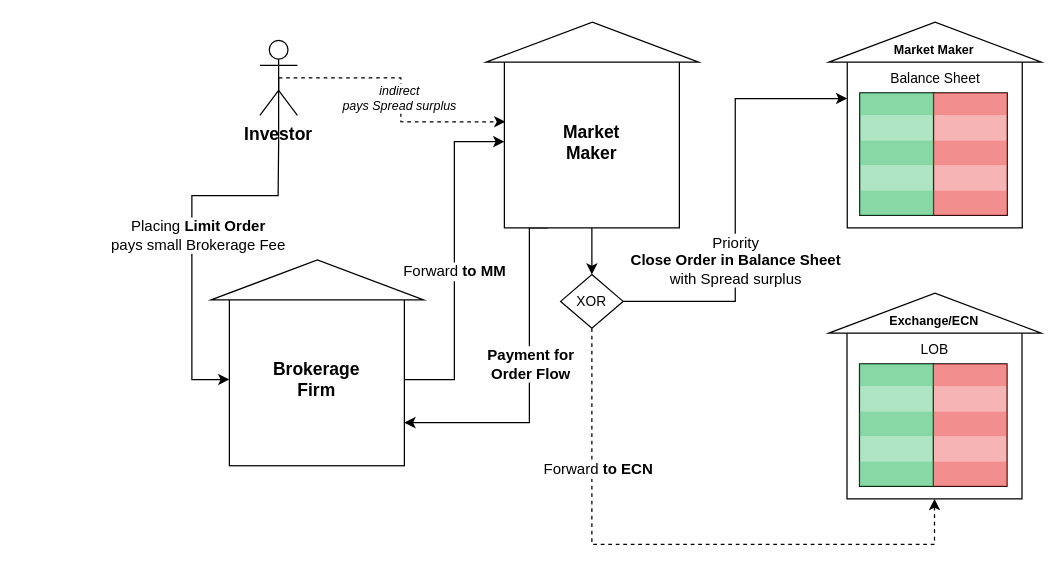
This is page "Page-5" (2 of 8) of Diagrams/PFOFModel.drawio from phelstab/research-reference-markets-dynamics, a draw.io file, before an edit. Source tidied: cells renumbered, new cells numbered last; positions are measured from the earlier drawing's top-left corner, leaving out a move shared by most shapes. Both pictures are drawn from the tidied source at 125%, with x=0, y=0 at pixel (191, -65).
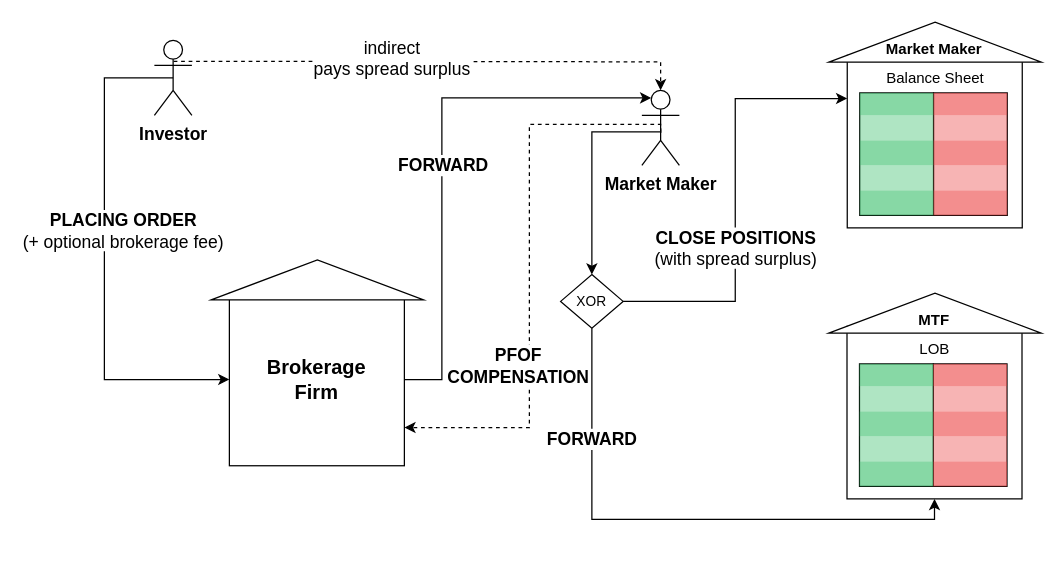
The same page after the edit.

The change refers to these unchanged cells:
```xml
<mxCell id="2" style="rounded=0;whiteSpace=wrap;html=1;fontStyle=1;" parent="1" vertex="1">
  <mxGeometry x="524.1" y="312.6" width="140" height="138" as="geometry" />
</mxCell>
<mxCell id="21" style="rounded=0;whiteSpace=wrap;html=1;fontStyle=1;" parent="1" vertex="1">
  <mxGeometry x="30" y="286.1" width="140" height="138" as="geometry" />
</mxCell>
<mxCell id="51" value="XOR" style="rhombus;whiteSpace=wrap;html=1;fontSize=11;fillColor=#FFFFFF;" parent="1" vertex="1">
  <mxGeometry x="295" y="271.1" width="50" height="43" as="geometry" />
</mxCell>
```

What changed in the source:
```diff
@@
-    <mxCell id="5" value="&lt;span style=&quot;font-size: 11px;&quot;&gt;LOB&lt;/span&gt;" style="text;html=1;strokeColor=none;fillColor=none;align=center;verticalAlign=middle;whiteSpace=wrap;rounded=0;fontStyle=0;fontSize=11;" parent="1" vertex="1">
+    <mxCell id="5" value="&lt;span style=&quot;font-size: 12px;&quot;&gt;LOB&lt;/span&gt;" style="text;html=1;strokeColor=none;fillColor=none;align=center;verticalAlign=middle;whiteSpace=wrap;rounded=0;fontStyle=0;fontSize=12;" parent="1" vertex="1">
       <mxGeometry x="578.5" y="320.6" width="31" height="20" as="geometry" />
     </mxCell>
-    <mxCell id="6" value="&lt;span style=&quot;font-size: 10px;&quot;&gt;Exchange/ECN&lt;/span&gt;" style="text;html=1;strokeColor=none;fillColor=none;align=center;verticalAlign=middle;whiteSpace=wrap;rounded=0;fontSize=10;fontStyle=1;" parent="1" vertex="1">
+    <mxCell id="6" value="&lt;span style=&quot;font-size: 12px;&quot;&gt;MTF&lt;/span&gt;" style="text;html=1;strokeColor=none;fillColor=none;align=center;verticalAlign=middle;whiteSpace=wrap;rounded=0;fontSize=12;fontStyle=1;" parent="1" vertex="1">
       <mxGeometry x="564.1" y="292.6" width="60" height="30" as="geometry" />
     </mxCell>
@@
     <mxCell id="18" style="edgeStyle=orthogonalEdgeStyle;rounded=0;jettySize=auto;html=1;exitX=0.5;exitY=0.5;exitDx=0;exitDy=0;exitPerimeter=0;fontSize=11;entryX=0;entryY=0.5;entryDx=0;entryDy=0;" parent="1" edge="1" source="48" target="21">
       <mxGeometry relative="1" as="geometry">
         <Array as="points">
-          <mxPoint x="69" y="167" />
-          <mxPoint x="69" y="208" />
-          <mxPoint y="208" />
-          <mxPoint y="355" />
+          <mxPoint x="-70" y="114" />
+          <mxPoint x="-70" y="355" />
         </Array>
       </mxGeometry>
     </mxCell>
-    <mxCell id="19" style="edgeStyle=orthogonalEdgeStyle;rounded=0;jettySize=auto;html=1;exitX=1;exitY=0.5;exitDx=0;exitDy=0;entryX=0;entryY=0.5;entryDx=0;entryDy=0;fontSize=11;" parent="1" edge="1" source="21" target="43">
-      <mxGeometry relative="1" as="geometry" />
+    <mxCell id="19" style="edgeStyle=orthogonalEdgeStyle;rounded=0;jettySize=auto;html=1;exitX=1;exitY=0.5;exitDx=0;exitDy=0;fontSize=11;entryX=0.25;entryY=0.1;entryDx=0;entryDy=0;entryPerimeter=0;" parent="1" edge="1" source="21" target="45">
+      <mxGeometry relative="1" as="geometry">
+        <Array as="points">
+          <mxPoint x="200" y="355" />
+          <mxPoint x="200" y="130" />
+        </Array>
+      </mxGeometry>
     </mxCell>
-    <mxCell id="20" value="&lt;span style=&quot;font-size: 12px;&quot;&gt;Forward&amp;nbsp;&lt;/span&gt;&lt;span style=&quot;font-size: 12px; font-weight: 700;&quot;&gt;to MM&lt;/span&gt;" style="edgeLabel;html=1;align=center;verticalAlign=middle;fontSize=11;" parent="19" vertex="1">
-      <mxGeometry x="-0.06" y="1" relative="1" as="geometry" />
+    <mxCell id="20" value="&lt;span style=&quot;font-size: 14px;&quot;&gt;&lt;b style=&quot;font-size: 14px;&quot;&gt;FORWARD&lt;/b&gt;&lt;/span&gt;" style="edgeLabel;html=1;align=center;verticalAlign=middle;fontSize=14;" parent="19" vertex="1">
+      <mxGeometry x="-0.06" y="1" relative="1" as="geometry">
+        <mxPoint x="1" y="-3" as="offset" />
+      </mxGeometry>
     </mxCell>
@@
-    <mxCell id="23" value="&lt;span style=&quot;font-size: 14px;&quot;&gt;Brokerage Firm&lt;/span&gt;" style="text;html=1;strokeColor=none;fillColor=none;align=center;verticalAlign=middle;whiteSpace=wrap;rounded=0;fontSize=14;fontStyle=1;" parent="1" vertex="1">
+    <mxCell id="23" value="&lt;span style=&quot;font-size: 16px;&quot;&gt;Brokerage Firm&lt;/span&gt;" style="text;html=1;strokeColor=none;fillColor=none;align=center;verticalAlign=middle;whiteSpace=wrap;rounded=0;fontSize=16;fontStyle=1;" parent="1" vertex="1">
       <mxGeometry x="60.4" y="340.1" width="80" height="30" as="geometry" />
     </mxCell>
-    <mxCell id="24" value="&lt;span style=&quot;font-weight: normal;&quot;&gt;Placing&amp;nbsp;&lt;/span&gt;Limit Order&lt;br&gt;&lt;span style=&quot;font-weight: 400;&quot;&gt;pays small Brokerage Fee&lt;/span&gt;" style="edgeLabel;html=1;align=center;verticalAlign=middle;fontSize=12;fontStyle=1;" parent="1" vertex="1">
-      <mxGeometry y="237" as="geometry">
+    <mxCell id="24" value="&lt;font style=&quot;font-size: 14px;&quot;&gt;PLACING&amp;nbsp;ORDER&lt;br&gt;&lt;span style=&quot;font-weight: 400;&quot;&gt;(+ optional brokerage fee)&lt;/span&gt;&lt;/font&gt;" style="edgeLabel;html=1;align=center;verticalAlign=middle;fontSize=12;fontStyle=1;" parent="1" vertex="1">
+      <mxGeometry x="-60" y="233.8" as="geometry">
         <mxPoint x="4" y="2" as="offset" />
       </mxGeometry>
     </mxCell>
@@
-    <mxCell id="28" value="&lt;span style=&quot;font-size: 11px;&quot;&gt;Balance Sheet&lt;/span&gt;" style="text;html=1;strokeColor=none;fillColor=none;align=center;verticalAlign=middle;whiteSpace=wrap;rounded=0;fontStyle=0;fontSize=11;" parent="1" vertex="1">
+    <mxCell id="28" value="&lt;span style=&quot;font-size: 12px;&quot;&gt;Balance Sheet&lt;/span&gt;" style="text;html=1;strokeColor=none;fillColor=none;align=center;verticalAlign=middle;whiteSpace=wrap;rounded=0;fontStyle=0;fontSize=12;" parent="1" vertex="1">
       <mxGeometry x="546.8" y="103.8" width="95.6" height="20" as="geometry" />
     </mxCell>
-    <mxCell id="29" value="&lt;span style=&quot;font-size: 10px;&quot;&gt;Market Maker&lt;/span&gt;" style="text;html=1;strokeColor=none;fillColor=none;align=center;verticalAlign=middle;whiteSpace=wrap;rounded=0;fontSize=10;fontStyle=1;" parent="1" vertex="1">
+    <mxCell id="29" value="&lt;span style=&quot;font-size: 12px;&quot;&gt;Market Maker&lt;/span&gt;" style="text;html=1;strokeColor=none;fillColor=none;align=center;verticalAlign=middle;whiteSpace=wrap;rounded=0;fontSize=12;fontStyle=1;" parent="1" vertex="1">
       <mxGeometry x="554.1" y="75.8" width="80" height="30" as="geometry" />
     </mxCell>
@@
-    <mxCell id="41" style="edgeStyle=orthogonalEdgeStyle;rounded=0;jettySize=auto;html=1;exitX=0.5;exitY=1;exitDx=0;exitDy=0;entryX=0.5;entryY=0;entryDx=0;entryDy=0;fontSize=11;" parent="1" edge="1" source="43" target="51">
-      <mxGeometry relative="1" as="geometry" />
+    <mxCell id="41" style="edgeStyle=orthogonalEdgeStyle;rounded=0;jettySize=auto;html=1;entryX=0.5;entryY=0;entryDx=0;entryDy=0;fontSize=11;exitX=0.5;exitY=0.5;exitDx=0;exitDy=0;exitPerimeter=0;" parent="1" edge="1" source="45" target="51">
+      <mxGeometry relative="1" as="geometry">
+        <Array as="points">
+          <mxPoint x="375" y="157" />
+          <mxPoint x="320" y="157" />
+        </Array>
+      </mxGeometry>
     </mxCell>
-    <mxCell id="42" style="edgeStyle=orthogonalEdgeStyle;rounded=0;jettySize=auto;html=1;exitX=0.25;exitY=1;exitDx=0;exitDy=0;entryX=1;entryY=0.75;entryDx=0;entryDy=0;fontSize=11;" parent="1" edge="1" source="43" target="21">
+    <mxCell id="42" style="edgeStyle=orthogonalEdgeStyle;rounded=0;orthogonalLoop=1;jettySize=auto;html=1;exitX=0.5;exitY=0.5;exitDx=0;exitDy=0;entryX=1;entryY=0.75;entryDx=0;entryDy=0;fontSize=11;exitPerimeter=0;dashed=1;" parent="1" edge="1">
       <mxGeometry relative="1" as="geometry">
+        <mxPoint x="375" y="157.8" as="sourcePoint" />
+        <mxPoint x="170" y="393.5" as="targetPoint" />
         <Array as="points">
-          <mxPoint x="270" y="234" />
-          <mxPoint x="270" y="390" />
+          <mxPoint x="375" y="151" />
+          <mxPoint x="270" y="151" />
+          <mxPoint x="270" y="394" />
         </Array>
       </mxGeometry>
     </mxCell>
-    <mxCell id="43" style="rounded=0;whiteSpace=wrap;html=1;fontStyle=1;" parent="1" vertex="1">
-      <mxGeometry x="250" y="95.8" width="140" height="138" as="geometry" />
-    </mxCell>
-    <mxCell id="44" style="triangle;whiteSpace=wrap;html=1;rotation=-90;fontStyle=1;" parent="1" vertex="1">
-      <mxGeometry x="304.4" y="0.2" width="32" height="170" as="geometry" />
-    </mxCell>
-    <mxCell id="45" value="&lt;span style=&quot;font-size: 14px;&quot;&gt;Market Maker&lt;/span&gt;" style="text;html=1;strokeColor=none;fillColor=none;align=center;verticalAlign=middle;whiteSpace=wrap;rounded=0;fontSize=14;fontStyle=1;" parent="1" vertex="1">
-      <mxGeometry x="279.6" y="149.8" width="80" height="30" as="geometry" />
-    </mxCell>
-    <mxCell id="46" style="edgeStyle=orthogonalEdgeStyle;rounded=0;jettySize=auto;html=1;exitX=0.5;exitY=0.5;exitDx=0;exitDy=0;exitPerimeter=0;entryX=0.006;entryY=0.385;entryDx=0;entryDy=0;fontSize=14;dashed=1;entryPerimeter=0;" parent="1" edge="1" source="48" target="43">
-      <mxGeometry relative="1" as="geometry" />
+    <mxCell id="46" style="edgeStyle=orthogonalEdgeStyle;rounded=0;jettySize=auto;html=1;exitX=0.5;exitY=0.5;exitDx=0;exitDy=0;exitPerimeter=0;entryX=0.5;entryY=0;entryDx=0;entryDy=0;fontSize=14;dashed=1;entryPerimeter=0;" parent="1" edge="1" target="45">
+      <mxGeometry relative="1" as="geometry">
+        <mxPoint x="-14.6" y="100.6" as="sourcePoint" />
+        <Array as="points">
+          <mxPoint x="145" y="101" />
+          <mxPoint x="320" y="101" />
+        </Array>
+      </mxGeometry>
     </mxCell>
-    <mxCell id="47" value="&lt;i style=&quot;font-size: 10px;&quot;&gt;indirect&lt;br style=&quot;font-size: 10px;&quot;&gt;pays Spread surplus&lt;/i&gt;" style="edgeLabel;html=1;align=center;verticalAlign=middle;fontSize=10;" parent="46" vertex="1">
+    <mxCell id="47" value="&lt;span style=&quot;font-size: 14px;&quot;&gt;indirect&lt;br style=&quot;font-size: 14px;&quot;&gt;pays spread surplus&lt;/span&gt;" style="edgeLabel;html=1;align=center;verticalAlign=middle;fontSize=14;fontStyle=0;" parent="46" vertex="1">
       <mxGeometry x="-0.3" y="2" relative="1" as="geometry">
-        <mxPoint x="20" y="18" as="offset" />
+        <mxPoint x="30" y="-1" as="offset" />
       </mxGeometry>
     </mxCell>
     <mxCell id="48" value="Investor" style="shape=umlActor;verticalLabelPosition=bottom;verticalAlign=top;html=1;outlineConnect=0;fontStyle=1;fontSize=14;" parent="1" vertex="1">
-      <mxGeometry x="54.4" y="83.8" width="30" height="60" as="geometry" />
+      <mxGeometry x="-30" y="83.8" width="30" height="60" as="geometry" />
     </mxCell>
@@
-    <mxCell id="50" style="edgeStyle=orthogonalEdgeStyle;rounded=0;jettySize=auto;html=1;exitX=0.5;exitY=1;exitDx=0;exitDy=0;entryX=0.5;entryY=1;entryDx=0;entryDy=0;fontSize=11;dashed=1;" parent="1" edge="1" source="51" target="2">
+    <mxCell id="50" style="edgeStyle=orthogonalEdgeStyle;rounded=0;jettySize=auto;html=1;exitX=0.5;exitY=1;exitDx=0;exitDy=0;entryX=0.5;entryY=1;entryDx=0;entryDy=0;fontSize=11;" parent="1" edge="1" source="51" target="2">
       <mxGeometry relative="1" as="geometry">
         <Array as="points">
-          <mxPoint x="320" y="487" />
-          <mxPoint x="595" y="487" />
+          <mxPoint x="320" y="467" />
+          <mxPoint x="594" y="467" />
         </Array>
       </mxGeometry>
     </mxCell>
@@
-    <mxCell id="52" value="&lt;span style=&quot;font-weight: normal;&quot;&gt;Forward&amp;nbsp;&lt;/span&gt;to ECN" style="edgeLabel;html=1;align=center;verticalAlign=middle;fontSize=12;fontStyle=1;" parent="1" vertex="1">
-      <mxGeometry x="320.4" y="424.1" as="geometry">
+    <mxCell id="52" value="FORWARD" style="edgeLabel;html=1;align=center;verticalAlign=middle;fontSize=14;fontStyle=1;" parent="1" vertex="1">
+      <mxGeometry x="315" y="400.6" as="geometry">
         <mxPoint x="4" y="2" as="offset" />
       </mxGeometry>
     </mxCell>
-    <mxCell id="53" value="&lt;span style=&quot;font-weight: 400;&quot;&gt;Priority&lt;br&gt;&lt;/span&gt;Close Order in Balance Sheet&lt;br&gt;&lt;span style=&quot;font-weight: normal;&quot;&gt;with Spread surplus&lt;/span&gt;" style="edgeLabel;html=1;align=center;verticalAlign=middle;fontSize=12;fontStyle=1;" parent="1" vertex="1">
-      <mxGeometry x="430" y="257" as="geometry">
+    <mxCell id="53" value="&lt;font style=&quot;font-size: 14px;&quot;&gt;CLOSE POSITIONS&lt;br&gt;&lt;span style=&quot;font-weight: normal;&quot;&gt;(with spread surplus)&lt;/span&gt;&lt;/font&gt;" style="edgeLabel;html=1;align=center;verticalAlign=middle;fontSize=12;fontStyle=1;" parent="1" vertex="1">
+      <mxGeometry x="430" y="247" as="geometry">
         <mxPoint x="4" y="2" as="offset" />
       </mxGeometry>
     </mxCell>
-    <mxCell id="54" value="&lt;span style=&quot;font-size: 12px;&quot;&gt;&lt;b&gt;Payment for &lt;br&gt;Order Flow&lt;/b&gt;&lt;/span&gt;" style="edgeLabel;html=1;align=center;verticalAlign=middle;fontSize=11;" parent="1" vertex="1">
-      <mxGeometry x="270" y="342.6" as="geometry" />
+    <mxCell id="54" value="&lt;span style=&quot;font-size: 14px;&quot;&gt;&lt;span style=&quot;font-size: 14px;&quot;&gt;PFOF&lt;br style=&quot;font-size: 14px;&quot;&gt;COMPENSATION&lt;br style=&quot;font-size: 14px;&quot;&gt;&lt;/span&gt;&lt;/span&gt;" style="edgeLabel;html=1;align=center;verticalAlign=middle;fontSize=14;fontStyle=1;" parent="1" vertex="1">
+      <mxGeometry x="270" y="312.6" as="geometry">
+        <mxPoint x="-10" y="31" as="offset" />
+      </mxGeometry>
     </mxCell>
+    <mxCell id="45" value="Market Maker" style="shape=umlActor;verticalLabelPosition=bottom;verticalAlign=top;html=1;outlineConnect=0;fontStyle=1;fontSize=14;" parent="1" vertex="1">
+      <mxGeometry x="360" y="123.8" width="30" height="60" as="geometry" />
+    </mxCell>
```
